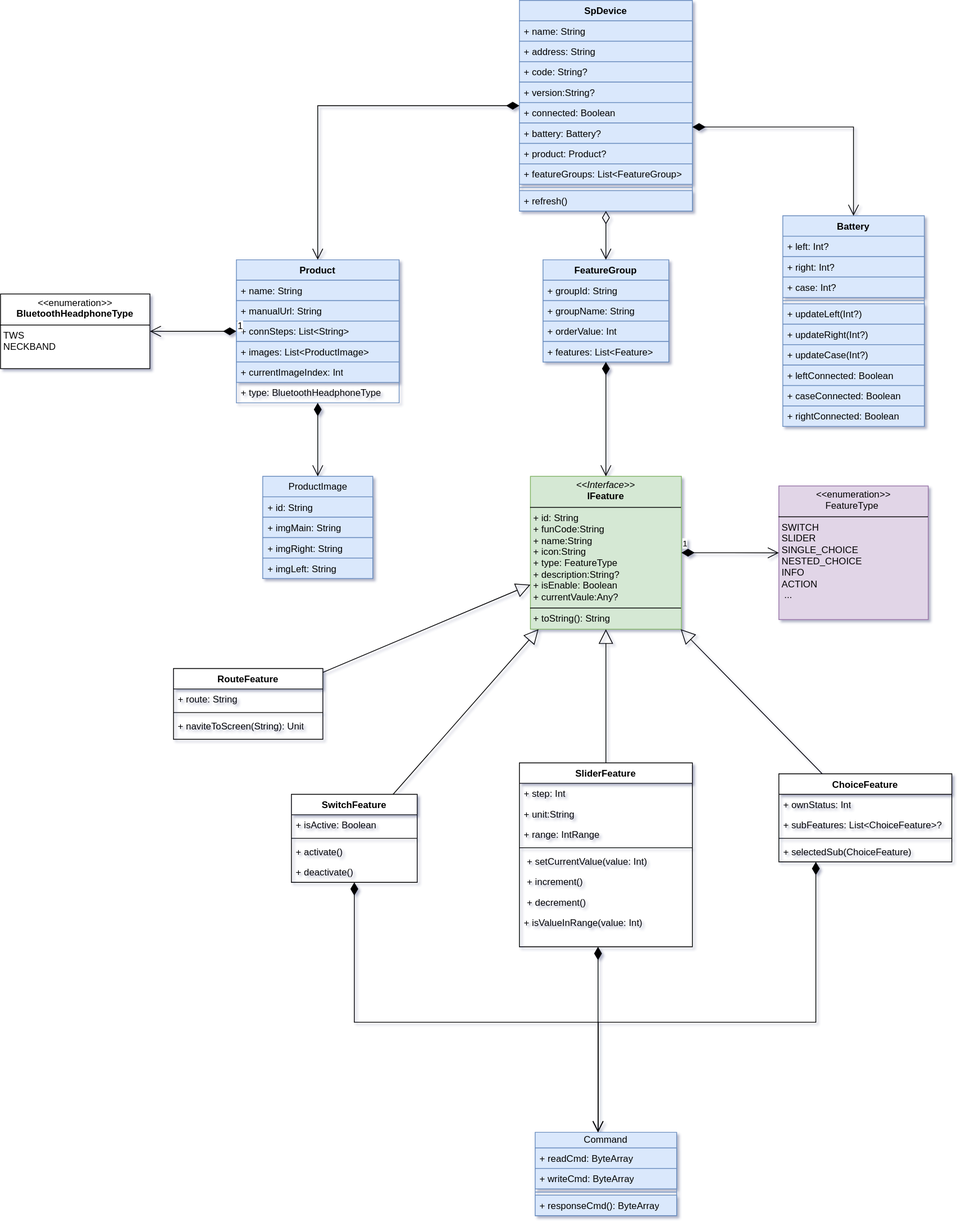
Above: sp-device.drawio.svg in kekemao00/draw-libs (draw.io), before the change. Source tidied: cells renumbered, new cells last; positions are measured from the earlier drawing's top-left corner, leaving out a move shared by most shapes.
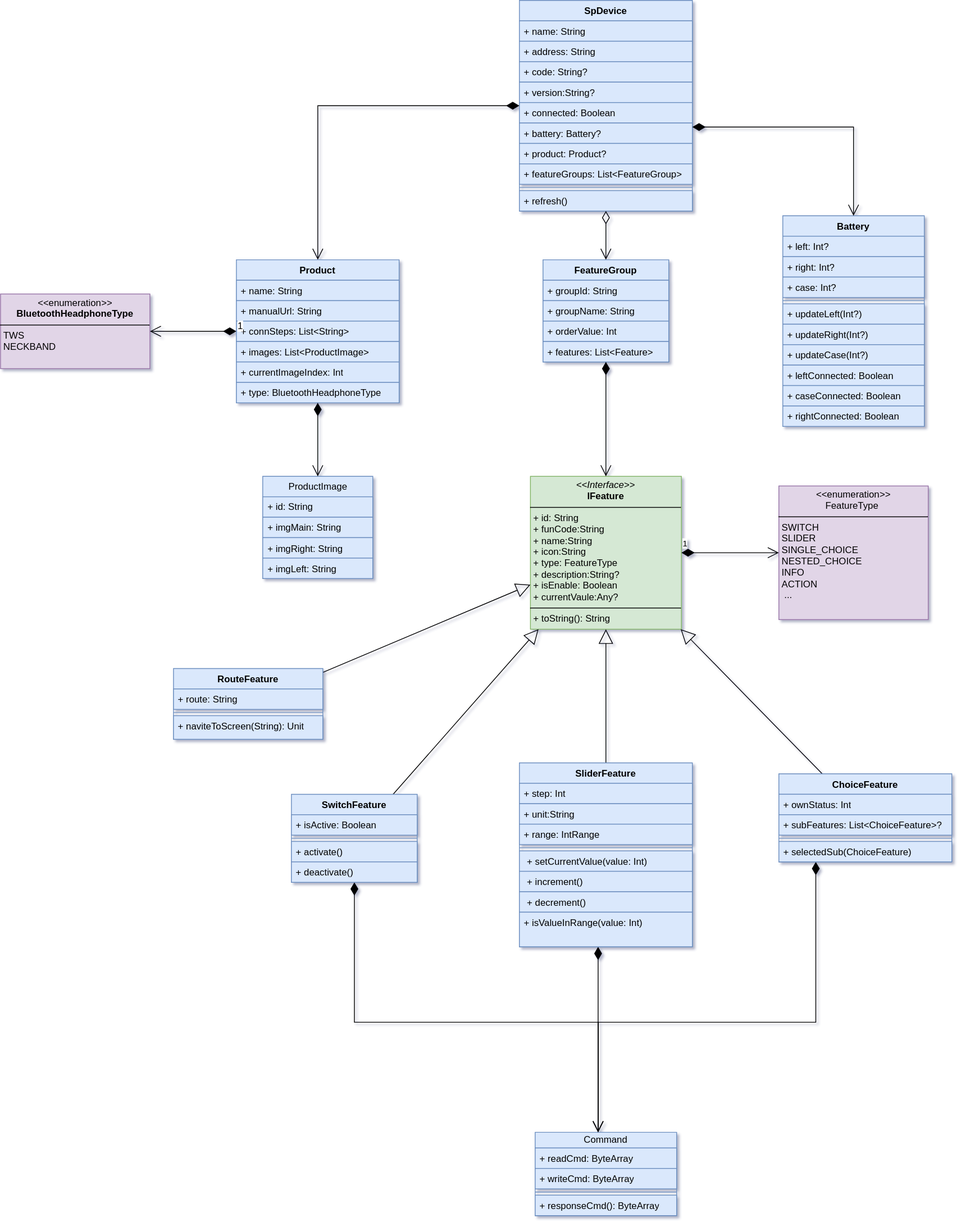
Above is the later version.

Diff of the diagram source:
```diff
@@ -86,7 +86,7 @@
     <mxCell id="29" value="+ currentImageIndex: Int" style="text;strokeColor=#6c8ebf;fillColor=#dae8fc;align=left;verticalAlign=top;spacingLeft=4;spacingRight=4;overflow=hidden;whiteSpace=wrap;html=1;" parent="24" vertex="1">
       <mxGeometry y="130" width="207" height="26" as="geometry" />
     </mxCell>
-    <mxCell id="30" value="+ type:&amp;nbsp;&lt;span style=&quot;text-align: center;&quot;&gt;BluetoothHeadphoneType&lt;/span&gt;" style="text;strokeColor=none;fillColor=none;align=left;verticalAlign=top;spacingLeft=4;spacingRight=4;overflow=hidden;whiteSpace=wrap;html=1;" parent="24" vertex="1">
+    <mxCell id="30" value="+ type:&amp;nbsp;&lt;span style=&quot;text-align: center;&quot;&gt;BluetoothHeadphoneType&lt;/span&gt;" style="text;strokeColor=#6c8ebf;fillColor=#dae8fc;align=left;verticalAlign=top;spacingLeft=4;spacingRight=4;overflow=hidden;whiteSpace=wrap;html=1;" parent="24" vertex="1">
       <mxGeometry y="156" width="207" height="26" as="geometry" />
     </mxCell>
     <mxCell id="31" value="ProductImage" style="swimlane;fontStyle=0;horizontal=1;startSize=26;fillColor=#dae8fc;whiteSpace=wrap;html=1;strokeColor=#6c8ebf;" parent="1" vertex="1">
@@ -199,76 +199,76 @@
     <mxCell id="60" value="1" style="endArrow=open;html=1;endSize=12;startArrow=diamondThin;startSize=14;startFill=1;edgeStyle=orthogonalEdgeStyle;align=left;verticalAlign=bottom;rounded=0;" parent="1" edge="1" source="46" target="59">
       <mxGeometry x="-1" y="3" relative="1" as="geometry" />
     </mxCell>
-    <mxCell id="61" value="RouteFeature" style="swimlane;fontStyle=1;align=center;verticalAlign=top;horizontal=1;startSize=26;whiteSpace=wrap;html=1;" parent="1" vertex="1">
+    <mxCell id="61" value="RouteFeature" style="swimlane;fontStyle=1;align=center;verticalAlign=top;horizontal=1;startSize=26;whiteSpace=wrap;html=1;fillColor=#dae8fc;strokeColor=#6c8ebf;" parent="1" vertex="1">
       <mxGeometry x="220" y="850" width="190" height="90" as="geometry" />
     </mxCell>
-    <mxCell id="62" value="+ route: String" style="text;strokeColor=none;fillColor=none;align=left;verticalAlign=top;spacingLeft=4;spacingRight=4;overflow=hidden;whiteSpace=wrap;html=1;" parent="61" vertex="1">
+    <mxCell id="62" value="+ route: String" style="text;strokeColor=#6c8ebf;fillColor=#dae8fc;align=left;verticalAlign=top;spacingLeft=4;spacingRight=4;overflow=hidden;whiteSpace=wrap;html=1;" parent="61" vertex="1">
       <mxGeometry y="26" width="190" height="26" as="geometry" />
     </mxCell>
-    <mxCell id="63" style="line;strokeWidth=1;fillColor=none;align=left;verticalAlign=middle;spacingTop=-1;spacingLeft=3;spacingRight=3;labelPosition=right;strokeColor=inherit;" parent="61" vertex="1">
+    <mxCell id="63" style="line;strokeWidth=1;fillColor=#dae8fc;align=left;verticalAlign=middle;spacingTop=-1;spacingLeft=3;spacingRight=3;labelPosition=right;strokeColor=#6c8ebf;" parent="61" vertex="1">
       <mxGeometry y="52" width="190" height="8" as="geometry" />
     </mxCell>
-    <mxCell id="64" value="+ naviteToScreen(String): Unit" style="text;strokeColor=none;fillColor=none;align=left;verticalAlign=top;spacingLeft=4;spacingRight=4;overflow=hidden;whiteSpace=wrap;html=1;" parent="61" vertex="1">
+    <mxCell id="64" value="+ naviteToScreen(String): Unit" style="text;strokeColor=#6c8ebf;fillColor=#dae8fc;align=left;verticalAlign=top;spacingLeft=4;spacingRight=4;overflow=hidden;whiteSpace=wrap;html=1;" parent="61" vertex="1">
       <mxGeometry y="60" width="190" height="30" as="geometry" />
     </mxCell>
-    <mxCell id="65" value="SwitchFeature" style="swimlane;fontStyle=1;align=center;verticalAlign=top;horizontal=1;startSize=26;whiteSpace=wrap;html=1;" parent="1" vertex="1">
+    <mxCell id="65" value="SwitchFeature" style="swimlane;fontStyle=1;align=center;verticalAlign=top;horizontal=1;startSize=26;whiteSpace=wrap;html=1;fillColor=#dae8fc;strokeColor=#6c8ebf;" parent="1" vertex="1">
       <mxGeometry x="370" y="1010" width="160" height="112" as="geometry" />
     </mxCell>
-    <mxCell id="66" value="+ isActive: Boolean" style="text;strokeColor=none;fillColor=none;align=left;verticalAlign=top;spacingLeft=4;spacingRight=4;overflow=hidden;whiteSpace=wrap;html=1;" parent="65" vertex="1">
+    <mxCell id="66" value="+ isActive: Boolean" style="text;strokeColor=#6c8ebf;fillColor=#dae8fc;align=left;verticalAlign=top;spacingLeft=4;spacingRight=4;overflow=hidden;whiteSpace=wrap;html=1;" parent="65" vertex="1">
       <mxGeometry y="26" width="160" height="26" as="geometry" />
     </mxCell>
-    <mxCell id="67" style="line;strokeWidth=1;fillColor=none;align=left;verticalAlign=middle;spacingTop=-1;spacingLeft=3;spacingRight=3;labelPosition=right;strokeColor=inherit;" parent="65" vertex="1">
+    <mxCell id="67" style="line;strokeWidth=1;fillColor=#dae8fc;align=left;verticalAlign=middle;spacingTop=-1;spacingLeft=3;spacingRight=3;labelPosition=right;strokeColor=#6c8ebf;" parent="65" vertex="1">
       <mxGeometry y="52" width="160" height="8" as="geometry" />
     </mxCell>
-    <mxCell id="68" value="+ activate()" style="text;strokeColor=none;fillColor=none;align=left;verticalAlign=top;spacingLeft=4;spacingRight=4;overflow=hidden;whiteSpace=wrap;html=1;" parent="65" vertex="1">
+    <mxCell id="68" value="+ activate()" style="text;strokeColor=#6c8ebf;fillColor=#dae8fc;align=left;verticalAlign=top;spacingLeft=4;spacingRight=4;overflow=hidden;whiteSpace=wrap;html=1;" parent="65" vertex="1">
       <mxGeometry y="60" width="160" height="26" as="geometry" />
     </mxCell>
-    <mxCell id="69" value="+ deactivate()" style="text;strokeColor=none;fillColor=none;align=left;verticalAlign=top;spacingLeft=4;spacingRight=4;overflow=hidden;whiteSpace=wrap;html=1;" parent="65" vertex="1">
+    <mxCell id="69" value="+ deactivate()" style="text;strokeColor=#6c8ebf;fillColor=#dae8fc;align=left;verticalAlign=top;spacingLeft=4;spacingRight=4;overflow=hidden;whiteSpace=wrap;html=1;" parent="65" vertex="1">
       <mxGeometry y="86" width="160" height="26" as="geometry" />
     </mxCell>
-    <mxCell id="70" value="SliderFeature" style="swimlane;fontStyle=1;align=center;verticalAlign=top;horizontal=1;startSize=26;whiteSpace=wrap;html=1;" parent="1" vertex="1">
+    <mxCell id="70" value="SliderFeature" style="swimlane;fontStyle=1;align=center;verticalAlign=top;horizontal=1;startSize=26;whiteSpace=wrap;html=1;fillColor=#dae8fc;strokeColor=#6c8ebf;" parent="1" vertex="1">
       <mxGeometry x="660" y="970" width="220" height="234" as="geometry" />
     </mxCell>
-    <mxCell id="71" value="+&amp;nbsp;step: Int" style="text;strokeColor=none;fillColor=none;align=left;verticalAlign=top;spacingLeft=4;spacingRight=4;overflow=hidden;whiteSpace=wrap;html=1;" parent="70" vertex="1">
+    <mxCell id="71" value="+&amp;nbsp;step: Int" style="text;strokeColor=#6c8ebf;fillColor=#dae8fc;align=left;verticalAlign=top;spacingLeft=4;spacingRight=4;overflow=hidden;whiteSpace=wrap;html=1;" parent="70" vertex="1">
       <mxGeometry y="26" width="220" height="26" as="geometry" />
     </mxCell>
-    <mxCell id="72" value="+ unit:String" style="text;strokeColor=none;fillColor=none;align=left;verticalAlign=top;spacingLeft=4;spacingRight=4;overflow=hidden;whiteSpace=wrap;html=1;" parent="70" vertex="1">
+    <mxCell id="72" value="+ unit:String" style="text;strokeColor=#6c8ebf;fillColor=#dae8fc;align=left;verticalAlign=top;spacingLeft=4;spacingRight=4;overflow=hidden;whiteSpace=wrap;html=1;" parent="70" vertex="1">
       <mxGeometry y="52" width="220" height="26" as="geometry" />
     </mxCell>
-    <mxCell id="73" value="+ range: IntRange" style="text;strokeColor=none;fillColor=none;align=left;verticalAlign=top;spacingLeft=4;spacingRight=4;overflow=hidden;whiteSpace=wrap;html=1;" parent="70" vertex="1">
+    <mxCell id="73" value="+ range: IntRange" style="text;strokeColor=#6c8ebf;fillColor=#dae8fc;align=left;verticalAlign=top;spacingLeft=4;spacingRight=4;overflow=hidden;whiteSpace=wrap;html=1;" parent="70" vertex="1">
       <mxGeometry y="78" width="220" height="26" as="geometry" />
     </mxCell>
-    <mxCell id="74" style="line;strokeWidth=1;fillColor=none;align=left;verticalAlign=middle;spacingTop=-1;spacingLeft=3;spacingRight=3;labelPosition=right;strokeColor=inherit;" parent="70" vertex="1">
+    <mxCell id="74" style="line;strokeWidth=1;fillColor=#dae8fc;align=left;verticalAlign=middle;spacingTop=-1;spacingLeft=3;spacingRight=3;labelPosition=right;strokeColor=#6c8ebf;" parent="70" vertex="1">
       <mxGeometry y="104" width="220" height="8" as="geometry" />
     </mxCell>
-    <mxCell id="75" value="&lt;p style=&quot;margin: 0px 0px 0px 4px;&quot;&gt;+ setCurrentValue(value: Int)&lt;/p&gt;&lt;div&gt;&lt;br&gt;&lt;/div&gt;" style="text;strokeColor=none;fillColor=none;align=left;verticalAlign=top;spacingLeft=4;spacingRight=4;overflow=hidden;whiteSpace=wrap;html=1;" parent="70" vertex="1">
+    <mxCell id="75" value="&lt;p style=&quot;margin: 0px 0px 0px 4px;&quot;&gt;+ setCurrentValue(value: Int)&lt;/p&gt;&lt;div&gt;&lt;br&gt;&lt;/div&gt;" style="text;strokeColor=#6c8ebf;fillColor=#dae8fc;align=left;verticalAlign=top;spacingLeft=4;spacingRight=4;overflow=hidden;whiteSpace=wrap;html=1;" parent="70" vertex="1">
       <mxGeometry y="112" width="220" height="26" as="geometry" />
     </mxCell>
-    <mxCell id="76" value="&lt;p style=&quot;margin: 0px 0px 0px 4px;&quot;&gt;+ increment()&lt;/p&gt;&lt;div&gt;&lt;br&gt;&lt;/div&gt;" style="text;strokeColor=none;fillColor=none;align=left;verticalAlign=top;spacingLeft=4;spacingRight=4;overflow=hidden;whiteSpace=wrap;html=1;" parent="70" vertex="1">
+    <mxCell id="76" value="&lt;p style=&quot;margin: 0px 0px 0px 4px;&quot;&gt;+ increment()&lt;/p&gt;&lt;div&gt;&lt;br&gt;&lt;/div&gt;" style="text;strokeColor=#6c8ebf;fillColor=#dae8fc;align=left;verticalAlign=top;spacingLeft=4;spacingRight=4;overflow=hidden;whiteSpace=wrap;html=1;" parent="70" vertex="1">
       <mxGeometry y="138" width="220" height="26" as="geometry" />
     </mxCell>
-    <mxCell id="77" value="&lt;p style=&quot;margin: 0px 0px 0px 4px;&quot;&gt;+ decrement()&lt;/p&gt;&lt;div&gt;&lt;br&gt;&lt;/div&gt;" style="text;strokeColor=none;fillColor=none;align=left;verticalAlign=top;spacingLeft=4;spacingRight=4;overflow=hidden;whiteSpace=wrap;html=1;" parent="70" vertex="1">
+    <mxCell id="77" value="&lt;p style=&quot;margin: 0px 0px 0px 4px;&quot;&gt;+ decrement()&lt;/p&gt;&lt;div&gt;&lt;br&gt;&lt;/div&gt;" style="text;strokeColor=#6c8ebf;fillColor=#dae8fc;align=left;verticalAlign=top;spacingLeft=4;spacingRight=4;overflow=hidden;whiteSpace=wrap;html=1;" parent="70" vertex="1">
       <mxGeometry y="164" width="220" height="26" as="geometry" />
     </mxCell>
-    <mxCell id="78" value="+ isValueInRange(value: Int)" style="text;strokeColor=none;fillColor=none;align=left;verticalAlign=top;spacingLeft=4;spacingRight=4;overflow=hidden;whiteSpace=wrap;html=1;" parent="70" vertex="1">
+    <mxCell id="78" value="+ isValueInRange(value: Int)" style="text;strokeColor=#6c8ebf;fillColor=#dae8fc;align=left;verticalAlign=top;spacingLeft=4;spacingRight=4;overflow=hidden;whiteSpace=wrap;html=1;" parent="70" vertex="1">
       <mxGeometry y="190" width="220" height="44" as="geometry" />
     </mxCell>
-    <mxCell id="79" value="ChoiceFeature&lt;div&gt;&lt;br&gt;&lt;div&gt;&lt;b&gt;&lt;br&gt;&lt;/b&gt;&lt;/div&gt;&lt;/div&gt;" style="swimlane;fontStyle=1;align=center;verticalAlign=top;horizontal=1;startSize=26;whiteSpace=wrap;html=1;" parent="1" vertex="1">
+    <mxCell id="79" value="ChoiceFeature&lt;div&gt;&lt;br&gt;&lt;div&gt;&lt;b&gt;&lt;br&gt;&lt;/b&gt;&lt;/div&gt;&lt;/div&gt;" style="swimlane;fontStyle=1;align=center;verticalAlign=top;horizontal=1;startSize=26;whiteSpace=wrap;html=1;fillColor=#dae8fc;strokeColor=#6c8ebf;" parent="1" vertex="1">
       <mxGeometry x="990" y="984" width="220" height="112" as="geometry" />
     </mxCell>
-    <mxCell id="80" value="+ ownStatus: Int" style="text;strokeColor=none;fillColor=none;align=left;verticalAlign=top;spacingLeft=4;spacingRight=4;overflow=hidden;whiteSpace=wrap;html=1;" parent="79" vertex="1">
+    <mxCell id="80" value="+ ownStatus: Int" style="text;strokeColor=#6c8ebf;fillColor=#dae8fc;align=left;verticalAlign=top;spacingLeft=4;spacingRight=4;overflow=hidden;whiteSpace=wrap;html=1;" parent="79" vertex="1">
       <mxGeometry y="26" width="220" height="26" as="geometry" />
     </mxCell>
-    <mxCell id="81" value="+ subFeatures: List&amp;lt;ChoiceFeature&amp;gt;?&lt;div&gt;&lt;br&gt;&lt;/div&gt;" style="text;strokeColor=none;fillColor=none;align=left;verticalAlign=top;spacingLeft=4;spacingRight=4;overflow=hidden;whiteSpace=wrap;html=1;" parent="79" vertex="1">
+    <mxCell id="81" value="+ subFeatures: List&amp;lt;ChoiceFeature&amp;gt;?&lt;div&gt;&lt;br&gt;&lt;/div&gt;" style="text;strokeColor=#6c8ebf;fillColor=#dae8fc;align=left;verticalAlign=top;spacingLeft=4;spacingRight=4;overflow=hidden;whiteSpace=wrap;html=1;" parent="79" vertex="1">
       <mxGeometry y="52" width="220" height="26" as="geometry" />
     </mxCell>
-    <mxCell id="82" style="line;strokeWidth=1;fillColor=none;align=left;verticalAlign=middle;spacingTop=-1;spacingLeft=3;spacingRight=3;labelPosition=right;strokeColor=inherit;" parent="79" vertex="1">
+    <mxCell id="82" style="line;strokeWidth=1;fillColor=#dae8fc;align=left;verticalAlign=middle;spacingTop=-1;spacingLeft=3;spacingRight=3;labelPosition=right;strokeColor=#6c8ebf;" parent="79" vertex="1">
       <mxGeometry y="78" width="220" height="8" as="geometry" />
     </mxCell>
-    <mxCell id="83" value="+ selectedSub(ChoiceFeature)" style="text;strokeColor=none;fillColor=none;align=left;verticalAlign=top;spacingLeft=4;spacingRight=4;overflow=hidden;whiteSpace=wrap;html=1;" parent="79" vertex="1">
+    <mxCell id="83" value="+ selectedSub(ChoiceFeature)" style="text;strokeColor=#6c8ebf;fillColor=#dae8fc;align=left;verticalAlign=top;spacingLeft=4;spacingRight=4;overflow=hidden;whiteSpace=wrap;html=1;" parent="79" vertex="1">
       <mxGeometry y="86" width="220" height="26" as="geometry" />
     </mxCell>
-    <mxCell id="84" value="&lt;p style=&quot;margin:0px;margin-top:4px;text-align:center;&quot;&gt;&lt;i&gt;&amp;lt;&amp;lt;&lt;/i&gt;enumeration&lt;i&gt;&amp;gt;&amp;gt;&lt;/i&gt;&lt;br&gt;&lt;b&gt;BluetoothHeadphoneType&lt;/b&gt;&lt;/p&gt;&lt;hr size=&quot;1&quot; style=&quot;border-style:solid;&quot;&gt;&lt;p style=&quot;margin:0px;margin-left:4px;&quot;&gt;TWS&lt;br&gt;NECKBAND&lt;/p&gt;" style="verticalAlign=top;align=left;overflow=fill;html=1;whiteSpace=wrap;" parent="1" vertex="1">
+    <mxCell id="84" value="&lt;p style=&quot;margin:0px;margin-top:4px;text-align:center;&quot;&gt;&lt;i&gt;&amp;lt;&amp;lt;&lt;/i&gt;enumeration&lt;i&gt;&amp;gt;&amp;gt;&lt;/i&gt;&lt;br&gt;&lt;b&gt;BluetoothHeadphoneType&lt;/b&gt;&lt;/p&gt;&lt;hr size=&quot;1&quot; style=&quot;border-style:solid;&quot;&gt;&lt;p style=&quot;margin:0px;margin-left:4px;&quot;&gt;TWS&lt;br&gt;NECKBAND&lt;/p&gt;" style="verticalAlign=top;align=left;overflow=fill;html=1;whiteSpace=wrap;fillColor=#e1d5e7;strokeColor=#9673a6;" parent="1" vertex="1">
       <mxGeometry y="373.5" width="190" height="95" as="geometry" />
     </mxCell>
     <mxCell id="85" value="1" style="endArrow=open;html=1;endSize=12;startArrow=diamondThin;startSize=14;startFill=1;edgeStyle=orthogonalEdgeStyle;align=left;verticalAlign=bottom;rounded=0;fontSize=12;curved=1;" parent="1" edge="1" source="24" target="84">
```
